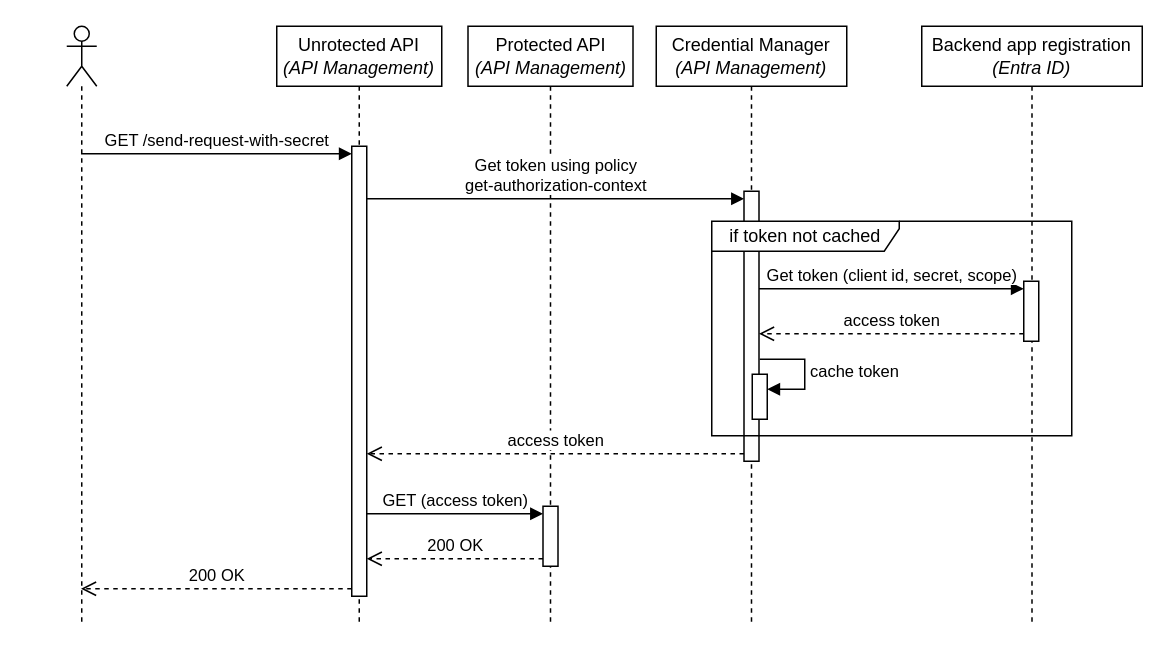
ronaldbosma/call-apim-backend-with-oauth keeps this draw.io diagram as page "credential-manager" (3 of 5) of images/diagrams.drawio. Above is the earlier version. Source tidied: cells renumbered, new cells numbered last; positions are measured from the earlier drawing's top-left corner, leaving out a move shared by most shapes. Both pictures are drawn from the tidied source at 150%, with x=0, y=0 at pixel (66, 26).
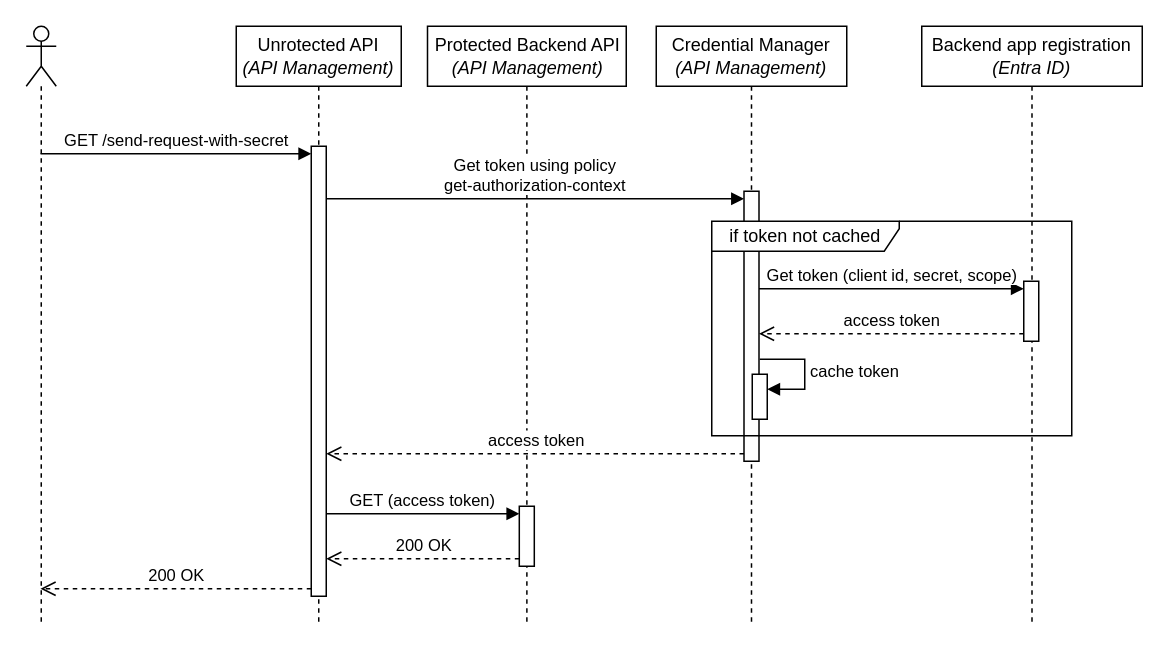
Above is the later version.

The change refers to these unchanged cells:
```xml
<mxCell id="6" style="html=1;points=[[0,0,0,0,5],[0,1,0,0,-5],[1,0,0,0,5],[1,1,0,0,-5]];perimeter=orthogonalPerimeter;outlineConnect=0;targetShapes=umlLifeline;portConstraint=eastwest;newEdgeStyle={&quot;curved&quot;:0,&quot;rounded&quot;:0};" parent="5" vertex="1">
  <mxGeometry x="58.5" y="110" width="10" height="180" as="geometry" />
</mxCell>
```

The edit, as a diff of the source:
```diff
@@
     <mxCell id="2" style="shape=umlLifeline;perimeter=lifelinePerimeter;whiteSpace=wrap;html=1;outlineConnect=0;portConstraint=eastwest;newEdgeStyle={&quot;curved&quot;:0,&quot;rounded&quot;:0};participant=umlActor;" parent="1" vertex="1">
-      <mxGeometry width="20" height="400" as="geometry" />
+      <mxGeometry x="-27" width="20" height="400" as="geometry" />
     </mxCell>
-    <mxCell id="3" value="Protected API&lt;div&gt;&lt;i&gt;(API Management)&lt;/i&gt;&lt;/div&gt;" style="shape=umlLifeline;perimeter=lifelinePerimeter;whiteSpace=wrap;html=1;newEdgeStyle={&quot;curved&quot;:0,&quot;rounded&quot;:0};" parent="1" vertex="1">
-      <mxGeometry x="267.5" width="110" height="400" as="geometry" />
+    <mxCell id="3" value="Protected Backend API&lt;div&gt;&lt;i&gt;(API Management)&lt;/i&gt;&lt;/div&gt;" style="shape=umlLifeline;perimeter=lifelinePerimeter;whiteSpace=wrap;html=1;newEdgeStyle={&quot;curved&quot;:0,&quot;rounded&quot;:0};" parent="1" vertex="1">
+      <mxGeometry x="240.5" width="132.5" height="400" as="geometry" />
     </mxCell>
     <mxCell id="4" style="html=1;points=[[0,0,0,0,5],[0,1,0,0,-5],[1,0,0,0,5],[1,1,0,0,-5]];perimeter=orthogonalPerimeter;outlineConnect=0;targetShapes=umlLifeline;portConstraint=eastwest;newEdgeStyle={&quot;curved&quot;:0,&quot;rounded&quot;:0};" parent="3" vertex="1">
-      <mxGeometry x="50" y="320" width="10" height="40" as="geometry" />
+      <mxGeometry x="61.2" y="320" width="10" height="40" as="geometry" />
     </mxCell>
@@
     <mxCell id="7" value="Unrotected API&lt;div&gt;&lt;i&gt;(API Management)&lt;/i&gt;&lt;/div&gt;" style="shape=umlLifeline;perimeter=lifelinePerimeter;whiteSpace=wrap;html=1;newEdgeStyle={&quot;curved&quot;:0,&quot;rounded&quot;:0};" parent="1" vertex="1">
-      <mxGeometry x="140" width="110" height="400" as="geometry" />
+      <mxGeometry x="113" width="110" height="400" as="geometry" />
     </mxCell>
@@
     <mxCell id="16" value="Get token using policy&lt;div&gt;get-authorization-context&lt;/div&gt;" style="html=1;verticalAlign=bottom;endArrow=block;curved=0;rounded=0;entryX=0;entryY=0;entryDx=0;entryDy=5;" parent="1" edge="1" target="6">
       <mxGeometry relative="1" as="geometry">
-        <mxPoint x="200" y="115" as="sourcePoint" />
+        <mxPoint x="173" y="115" as="sourcePoint" />
       </mxGeometry>
     </mxCell>
```
